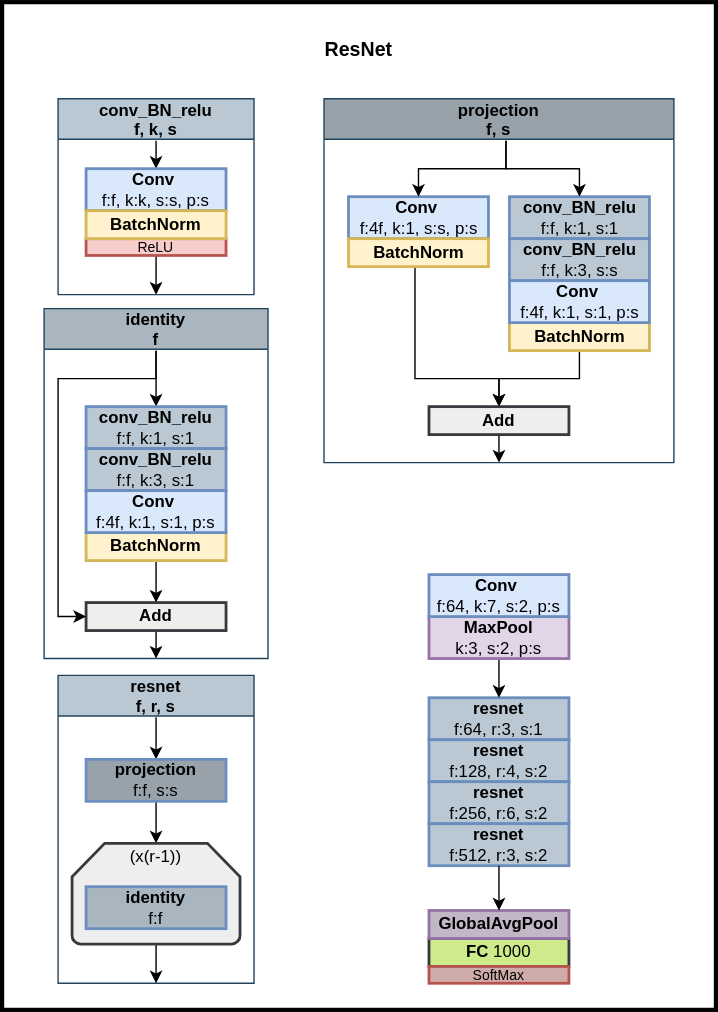
Earlier version of the draw.io export Implementations/ResNet/ResNet_diagram.svg (Machine-Learning-Tokyo/CNN-Architectures). Source tidied: cells renumbered, new cells last; positions are measured from the earlier drawing's top-left corner, leaving out a move shared by most shapes.
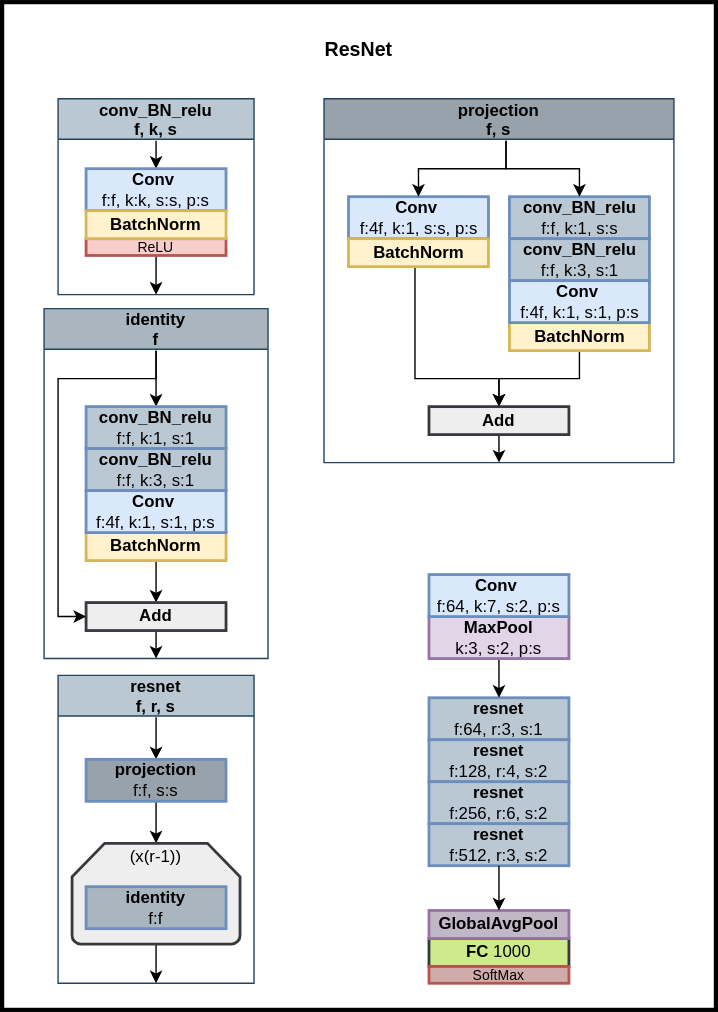
After the commit.

Commit message:
changed resnet diagram 1.5 to 1

Change to the diagram source:
```diff
@@ -98,7 +98,7 @@
     <mxCell id="28" value="projection&#10;f, s" style="swimlane;startSize=29;fillColor=#97A2AB;strokeColor=#23445d;" parent="8" vertex="1">
       <mxGeometry x="200" width="250" height="260" as="geometry" />
     </mxCell>
-    <mxCell id="29" value="&lt;b&gt;conv_BN_relu&lt;/b&gt;&lt;br&gt;f:f, k:1, s:1" style="rounded=0;whiteSpace=wrap;html=1;fillColor=#BAC8D3;strokeColor=#6c8ebf;gradientColor=none;strokeWidth=2;" parent="28" vertex="1">
+    <mxCell id="29" value="&lt;b&gt;conv_BN_relu&lt;/b&gt;&lt;br&gt;f:f, k:1, s:s" style="rounded=0;whiteSpace=wrap;html=1;fillColor=#BAC8D3;strokeColor=#6c8ebf;gradientColor=none;strokeWidth=2;" parent="28" vertex="1">
       <mxGeometry x="132.5" y="70" width="100" height="30" as="geometry" />
     </mxCell>
     <mxCell id="30" style="edgeStyle=orthogonalEdgeStyle;rounded=0;jettySize=auto;html=1;exitX=0.5;exitY=1;exitDx=0;exitDy=0;entryX=0.5;entryY=0;entryDx=0;entryDy=0;startArrow=none;startFill=0;endArrow=classic;endFill=1;" parent="28" edge="1" source="31" target="35">
@@ -107,7 +107,7 @@
     <mxCell id="31" value="&lt;b&gt;&lt;font style=&quot;font-size: 12px&quot;&gt;BatchNorm&lt;/font&gt;&lt;/b&gt;" style="rounded=0;whiteSpace=wrap;html=1;fillColor=#fff2cc;strokeColor=#d6b656;strokeWidth=2;" parent="28" vertex="1">
       <mxGeometry x="132.5" y="160" width="100" height="20" as="geometry" />
     </mxCell>
-    <mxCell id="32" value="&lt;b&gt;conv_BN_relu&lt;/b&gt;&lt;br&gt;f:f, k:3, s:s" style="rounded=0;whiteSpace=wrap;html=1;fillColor=#BAC8D3;strokeColor=#6c8ebf;gradientColor=none;strokeWidth=2;" parent="28" vertex="1">
+    <mxCell id="32" value="&lt;b&gt;conv_BN_relu&lt;/b&gt;&lt;br&gt;f:f, k:3, s:1" style="rounded=0;whiteSpace=wrap;html=1;fillColor=#BAC8D3;strokeColor=#6c8ebf;gradientColor=none;strokeWidth=2;" parent="28" vertex="1">
       <mxGeometry x="132.5" y="100" width="100" height="30" as="geometry" />
     </mxCell>
     <mxCell id="33" value="&lt;b&gt;Conv&lt;/b&gt;&amp;nbsp;&lt;br&gt;f:4f, k:1, s:1, p:s" style="rounded=0;whiteSpace=wrap;html=1;fillColor=#dae8fc;strokeColor=#6c8ebf;gradientColor=none;strokeWidth=2;" parent="28" vertex="1">
```
